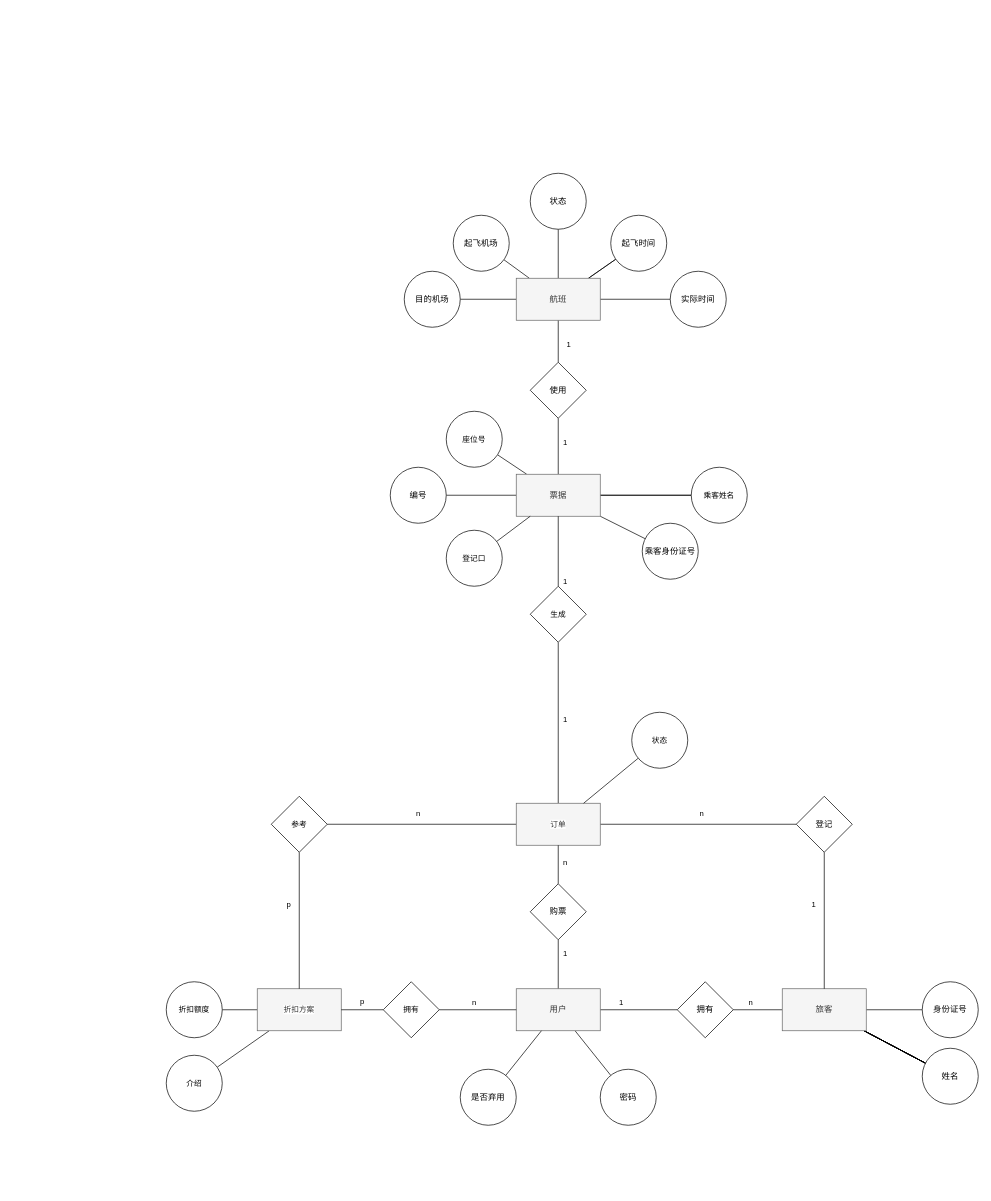
This is 未命名绘图.drawio from tro-lee/miniCool, a draw.io file, before an edit. Source tidied: cells renumbered, new cells numbered last; positions are measured from the earlier drawing's top-left corner, leaving out a move shared by most shapes. Both pictures are drawn from the tidied source at 70%, with x=0, y=0 at pixel (166, 173).
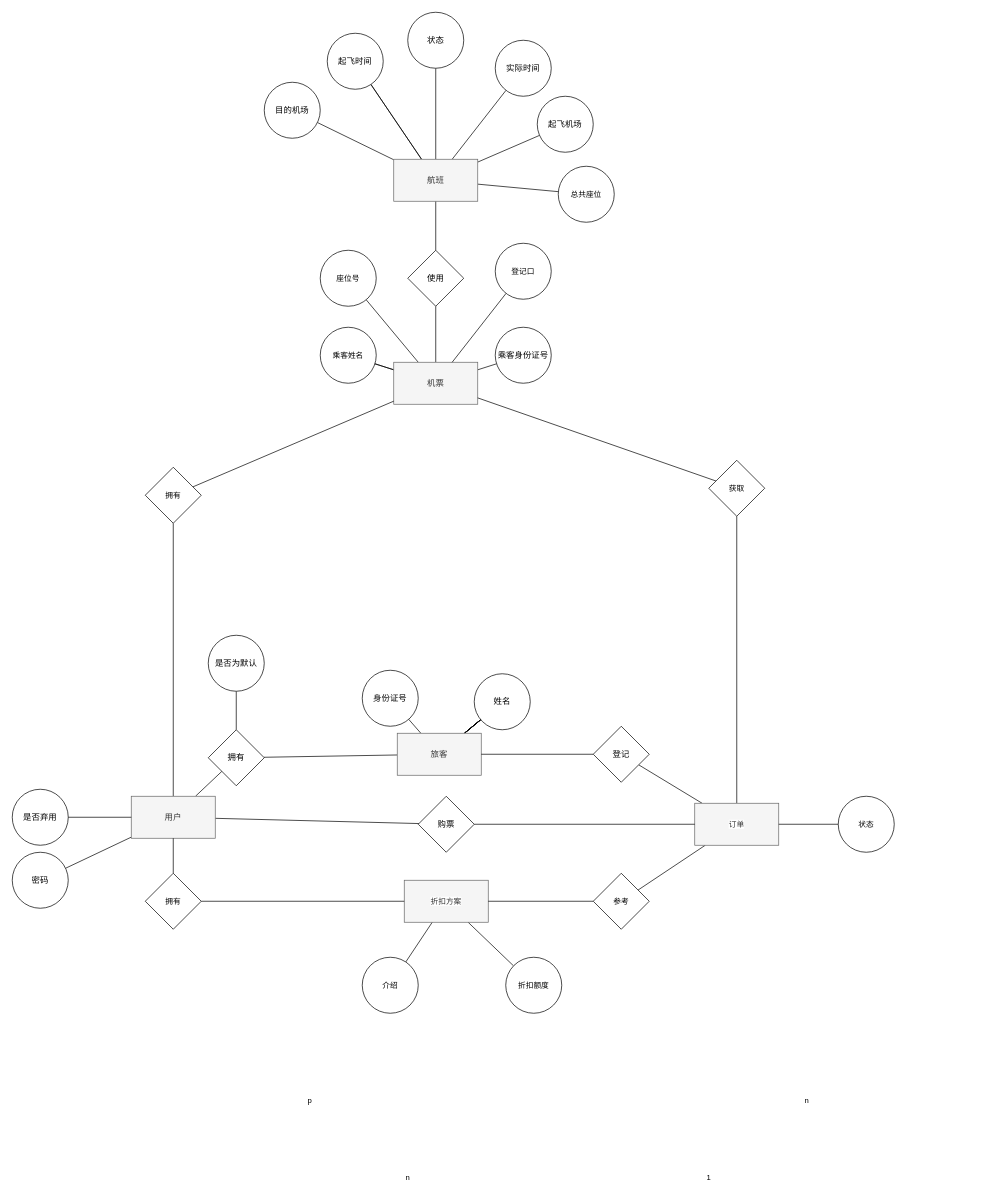
After the change.

Commit message:
更新未命名绘图.drawio

Diff of the diagram source:
```diff
@@
+    <mxCell id="85" style="edgeStyle=none;rounded=0;jettySize=auto;html=1;strokeColor=default;align=center;verticalAlign=middle;fontFamily=Helvetica;fontSize=11;fontColor=default;labelBackgroundColor=default;endArrow=none;endFill=0;" parent="1" edge="1" source="5" target="91">
+      <mxGeometry relative="1" as="geometry" />
+    </mxCell>
     <mxCell id="5" value="用户" style="whiteSpace=wrap;html=1;fillColor=#f5f5f5;fontColor=#333333;strokeColor=#666666;" parent="1" vertex="1">
-      <mxGeometry x="500" y="1165" width="120" height="60" as="geometry" />
+      <mxGeometry x="-50" y="890" width="120" height="60" as="geometry" />
     </mxCell>
     <mxCell id="6" value="密码" style="ellipse;whiteSpace=wrap;html=1;" parent="1" vertex="1">
-      <mxGeometry x="620" y="1280" width="80" height="80" as="geometry" />
+      <mxGeometry x="-220" y="970" width="80" height="80" as="geometry" />
     </mxCell>
     <mxCell id="7" value="是否弃用" style="ellipse;whiteSpace=wrap;html=1;" parent="1" vertex="1">
-      <mxGeometry x="420" y="1280" width="80" height="80" as="geometry" />
+      <mxGeometry x="-220" y="880" width="80" height="80" as="geometry" />
     </mxCell>
@@
+    <mxCell id="86" style="edgeStyle=none;rounded=0;jettySize=auto;html=1;strokeColor=default;align=center;verticalAlign=middle;fontFamily=Helvetica;fontSize=11;fontColor=default;labelBackgroundColor=default;endArrow=none;endFill=0;" parent="1" edge="1" source="10" target="88">
+      <mxGeometry relative="1" as="geometry" />
+    </mxCell>
     <mxCell id="10" value="&lt;div&gt;拥有&lt;/div&gt;" style="rhombus;whiteSpace=wrap;html=1;" parent="1" vertex="1">
-      <mxGeometry x="730" y="1155" width="80" height="80" as="geometry" />
+      <mxGeometry x="60" y="795" width="80" height="80" as="geometry" />
     </mxCell>
@@
     <mxCell id="19" value="旅客" style="whiteSpace=wrap;html=1;fillColor=#f5f5f5;fontColor=#333333;strokeColor=#666666;" parent="1" vertex="1">
-      <mxGeometry x="880" y="1165" width="120" height="60" as="geometry" />
+      <mxGeometry x="330" y="800" width="120" height="60" as="geometry" />
     </mxCell>
     <mxCell id="20" value="1" style="text;html=1;align=center;verticalAlign=middle;strokeColor=none;fillColor=none;fontFamily=Helvetica;fontSize=11;fontColor=default;labelBackgroundColor=default;" parent="1" vertex="1">
-      <mxGeometry x="635" y="1170" width="30" height="30" as="geometry" />
+      <mxGeometry x="760" y="1420" width="30" height="30" as="geometry" />
     </mxCell>
     <mxCell id="21" value="&lt;div&gt;n&lt;/div&gt;" style="text;html=1;align=center;verticalAlign=middle;strokeColor=none;fillColor=none;fontFamily=Helvetica;fontSize=11;fontColor=default;labelBackgroundColor=default;" parent="1" vertex="1">
-      <mxGeometry x="820" y="1170" width="30" height="30" as="geometry" />
+      <mxGeometry x="900" y="1310" width="30" height="30" as="geometry" />
     </mxCell>
     <mxCell id="22" value="身份证号" style="ellipse;whiteSpace=wrap;html=1;" parent="1" vertex="1">
-      <mxGeometry x="1080" y="1155" width="80" height="80" as="geometry" />
+      <mxGeometry x="280" y="710" width="80" height="80" as="geometry" />
     </mxCell>
     <mxCell id="23" value="姓名" style="ellipse;whiteSpace=wrap;html=1;" parent="1" vertex="1">
-      <mxGeometry x="1080" y="1250" width="80" height="80" as="geometry" />
+      <mxGeometry x="440" y="715" width="80" height="80" as="geometry" />
     </mxCell>
@@
-    <mxCell id="26" style="edgeStyle=none;rounded=0;jettySize=auto;html=1;strokeColor=default;align=center;verticalAlign=middle;fontFamily=Helvetica;fontSize=11;fontColor=default;labelBackgroundColor=default;endArrow=none;endFill=0;" parent="1" edge="1" source="31" target="55">
-      <mxGeometry relative="1" as="geometry" />
-    </mxCell>
@@
-    <mxCell id="31" value="票据" style="whiteSpace=wrap;html=1;fillColor=#f5f5f5;fontColor=#333333;strokeColor=#666666;" parent="1" vertex="1">
-      <mxGeometry x="500" y="430" width="120" height="60" as="geometry" />
+    <mxCell id="31" value="机票" style="whiteSpace=wrap;html=1;fillColor=#f5f5f5;fontColor=#333333;strokeColor=#666666;" parent="1" vertex="1">
+      <mxGeometry x="325" y="270" width="120" height="60" as="geometry" />
     </mxCell>
@@
     <mxCell id="33" value="使用" style="rhombus;whiteSpace=wrap;html=1;" parent="1" vertex="1">
-      <mxGeometry x="520" y="270" width="80" height="80" as="geometry" />
+      <mxGeometry x="345" y="110" width="80" height="80" as="geometry" />
     </mxCell>
@@
+    <mxCell id="87" style="edgeStyle=none;rounded=0;jettySize=auto;html=1;strokeColor=default;align=center;verticalAlign=middle;fontFamily=Helvetica;fontSize=11;fontColor=default;labelBackgroundColor=default;endArrow=none;endFill=0;" parent="1" edge="1" source="40" target="89">
+      <mxGeometry relative="1" as="geometry" />
+    </mxCell>
     <mxCell id="40" value="航班" style="whiteSpace=wrap;html=1;fillColor=#f5f5f5;fontColor=#333333;strokeColor=#666666;gradientColor=none;" parent="1" vertex="1">
-      <mxGeometry x="500" y="150" width="120" height="60" as="geometry" />
+      <mxGeometry x="325" y="-20" width="120" height="60" as="geometry" />
     </mxCell>
     <mxCell id="41" value="起飞时间" style="ellipse;whiteSpace=wrap;html=1;" parent="1" vertex="1">
-      <mxGeometry x="635" y="60" width="80" height="80" as="geometry" />
+      <mxGeometry x="230" y="-200" width="80" height="80" as="geometry" />
     </mxCell>
     <mxCell id="42" value="起飞机场" style="ellipse;whiteSpace=wrap;html=1;" parent="1" vertex="1">
-      <mxGeometry x="410" y="60" width="80" height="80" as="geometry" />
+      <mxGeometry x="530" y="-110" width="80" height="80" as="geometry" />
     </mxCell>
     <mxCell id="43" value="目的机场" style="ellipse;whiteSpace=wrap;html=1;" parent="1" vertex="1">
-      <mxGeometry x="340" y="140" width="80" height="80" as="geometry" />
+      <mxGeometry x="140" y="-130" width="80" height="80" as="geometry" />
     </mxCell>
     <mxCell id="44" value="实际时间" style="ellipse;whiteSpace=wrap;html=1;" parent="1" vertex="1">
-      <mxGeometry x="720" y="140" width="80" height="80" as="geometry" />
+      <mxGeometry x="470" y="-190" width="80" height="80" as="geometry" />
     </mxCell>
-    <mxCell id="45" value="1" style="text;html=1;align=center;verticalAlign=middle;strokeColor=none;fillColor=none;fontFamily=Helvetica;fontSize=11;fontColor=default;labelBackgroundColor=default;" parent="1" vertex="1">
-      <mxGeometry x="555" y="370" width="30" height="30" as="geometry" />
-    </mxCell>
-    <mxCell id="46" value="1" style="text;html=1;align=center;verticalAlign=middle;strokeColor=none;fillColor=none;fontFamily=Helvetica;fontSize=11;fontColor=default;labelBackgroundColor=default;" parent="1" vertex="1">
-      <mxGeometry x="560" y="230" width="30" height="30" as="geometry" />
-    </mxCell>
     <mxCell id="47" value="状态" style="ellipse;whiteSpace=wrap;html=1;" parent="1" vertex="1">
-      <mxGeometry x="520" width="80" height="80" as="geometry" />
+      <mxGeometry x="345" y="-230" width="80" height="80" as="geometry" />
     </mxCell>
@@
     <mxCell id="50" value="折扣方案" style="rounded=0;whiteSpace=wrap;html=1;fontFamily=Helvetica;fontSize=11;fontColor=#333333;labelBackgroundColor=default;fillColor=#f5f5f5;strokeColor=#666666;" parent="1" vertex="1">
-      <mxGeometry x="130" y="1165" width="120" height="60" as="geometry" />
+      <mxGeometry x="340" y="1010" width="120" height="60" as="geometry" />
     </mxCell>
@@
     <mxCell id="52" value="登记口" style="ellipse;whiteSpace=wrap;html=1;fontFamily=Helvetica;fontSize=11;fontColor=default;labelBackgroundColor=default;" parent="1" vertex="1">
-      <mxGeometry x="400" y="510" width="80" height="80" as="geometry" />
+      <mxGeometry x="470" y="100" width="80" height="80" as="geometry" />
     </mxCell>
@@
     <mxCell id="54" value="参考" style="rhombus;whiteSpace=wrap;html=1;fontSize=11;rounded=0;labelBackgroundColor=default;" parent="1" vertex="1">
-      <mxGeometry x="150" y="890" width="80" height="80" as="geometry" />
+      <mxGeometry x="610" y="1000" width="80" height="80" as="geometry" />
     </mxCell>
-    <mxCell id="55" value="编号" style="ellipse;whiteSpace=wrap;html=1;" parent="1" vertex="1">
-      <mxGeometry x="320" y="420" width="80" height="80" as="geometry" />
-    </mxCell>
     <mxCell id="56" value="座位号" style="ellipse;whiteSpace=wrap;html=1;fontFamily=Helvetica;fontSize=11;fontColor=default;labelBackgroundColor=default;" parent="1" vertex="1">
-      <mxGeometry x="400" y="340" width="80" height="80" as="geometry" />
+      <mxGeometry x="220" y="110" width="80" height="80" as="geometry" />
     </mxCell>
     <mxCell id="57" value="乘客姓名" style="ellipse;whiteSpace=wrap;html=1;fontFamily=Helvetica;fontSize=11;fontColor=default;labelBackgroundColor=default;" parent="1" vertex="1">
-      <mxGeometry x="750" y="420" width="80" height="80" as="geometry" />
+      <mxGeometry x="220" y="220" width="80" height="80" as="geometry" />
     </mxCell>
@@
     <mxCell id="59" value="登记" style="rhombus;whiteSpace=wrap;html=1;" parent="1" vertex="1">
-      <mxGeometry x="900" y="890" width="80" height="80" as="geometry" />
+      <mxGeometry x="610" y="790" width="80" height="80" as="geometry" />
     </mxCell>
     <mxCell id="60" value="乘客身份证号" style="ellipse;whiteSpace=wrap;html=1;" parent="1" vertex="1">
-      <mxGeometry x="680" y="500" width="80" height="80" as="geometry" />
+      <mxGeometry x="470" y="220" width="80" height="80" as="geometry" />
     </mxCell>
@@
     <mxCell id="63" value="订单" style="rounded=0;whiteSpace=wrap;html=1;fontFamily=Helvetica;fontSize=11;fontColor=#333333;labelBackgroundColor=default;fillColor=#f5f5f5;strokeColor=#666666;" parent="1" vertex="1">
-      <mxGeometry x="500" y="900" width="120" height="60" as="geometry" />
+      <mxGeometry x="755" y="900" width="120" height="60" as="geometry" />
     </mxCell>
@@
     <mxCell id="65" value="购票" style="rhombus;whiteSpace=wrap;html=1;" parent="1" vertex="1">
-      <mxGeometry x="520" y="1015" width="80" height="80" as="geometry" />
+      <mxGeometry x="360" y="890" width="80" height="80" as="geometry" />
     </mxCell>
-    <mxCell id="66" value="n" style="text;html=1;align=center;verticalAlign=middle;strokeColor=none;fillColor=none;fontFamily=Helvetica;fontSize=11;fontColor=default;labelBackgroundColor=default;" parent="1" vertex="1">
-      <mxGeometry x="750" y="900" width="30" height="30" as="geometry" />
-    </mxCell>
-    <mxCell id="67" value="1" style="text;html=1;align=center;verticalAlign=middle;strokeColor=none;fillColor=none;fontFamily=Helvetica;fontSize=11;fontColor=default;labelBackgroundColor=default;" parent="1" vertex="1">
-      <mxGeometry x="910" y="1030" width="30" height="30" as="geometry" />
-    </mxCell>
@@
-    <mxCell id="69" value="生成" style="rhombus;whiteSpace=wrap;html=1;fontSize=11;rounded=0;labelBackgroundColor=default;" parent="1" vertex="1">
-      <mxGeometry x="520" y="590" width="80" height="80" as="geometry" />
+    <mxCell id="69" value="获取" style="rhombus;whiteSpace=wrap;html=1;fontSize=11;rounded=0;labelBackgroundColor=default;" parent="1" vertex="1">
+      <mxGeometry x="775" y="410" width="80" height="80" as="geometry" />
     </mxCell>
-    <mxCell id="70" value="1" style="text;html=1;align=center;verticalAlign=middle;strokeColor=none;fillColor=none;fontFamily=Helvetica;fontSize=11;fontColor=default;labelBackgroundColor=default;" parent="1" vertex="1">
-      <mxGeometry x="555" y="765" width="30" height="30" as="geometry" />
-    </mxCell>
-    <mxCell id="71" value="1" style="text;html=1;align=center;verticalAlign=middle;strokeColor=none;fillColor=none;fontFamily=Helvetica;fontSize=11;fontColor=default;labelBackgroundColor=default;" parent="1" vertex="1">
-      <mxGeometry x="555" y="568" width="30" height="30" as="geometry" />
-    </mxCell>
@@
     <mxCell id="73" value="状态" style="ellipse;whiteSpace=wrap;html=1;fontFamily=Helvetica;fontSize=11;fontColor=default;labelBackgroundColor=default;" parent="1" vertex="1">
-      <mxGeometry x="665" y="770" width="80" height="80" as="geometry" />
+      <mxGeometry x="960" y="890" width="80" height="80" as="geometry" />
     </mxCell>
-    <mxCell id="74" value="n" style="text;html=1;align=center;verticalAlign=middle;strokeColor=none;fillColor=none;fontFamily=Helvetica;fontSize=11;fontColor=default;labelBackgroundColor=default;" parent="1" vertex="1">
-      <mxGeometry x="345" y="900" width="30" height="30" as="geometry" />
-    </mxCell>
-    <mxCell id="75" value="1" style="text;html=1;align=center;verticalAlign=middle;strokeColor=none;fillColor=none;fontFamily=Helvetica;fontSize=11;fontColor=default;labelBackgroundColor=default;" parent="1" vertex="1">
-      <mxGeometry x="555" y="1100" width="30" height="30" as="geometry" />
-    </mxCell>
-    <mxCell id="76" value="n" style="text;html=1;align=center;verticalAlign=middle;strokeColor=none;fillColor=none;fontFamily=Helvetica;fontSize=11;fontColor=default;labelBackgroundColor=default;" parent="1" vertex="1">
-      <mxGeometry x="555" y="970" width="30" height="30" as="geometry" />
-    </mxCell>
@@
     <mxCell id="79" value="拥有" style="rhombus;whiteSpace=wrap;html=1;fontSize=11;rounded=0;labelBackgroundColor=default;" parent="1" vertex="1">
-      <mxGeometry x="310" y="1155" width="80" height="80" as="geometry" />
+      <mxGeometry x="-30" y="1000" width="80" height="80" as="geometry" />
     </mxCell>
     <mxCell id="80" value="折扣额度" style="ellipse;whiteSpace=wrap;html=1;fontSize=11;rounded=0;labelBackgroundColor=default;" parent="1" vertex="1">
-      <mxGeometry y="1155" width="80" height="80" as="geometry" />
+      <mxGeometry x="485" y="1120" width="80" height="80" as="geometry" />
     </mxCell>
     <mxCell id="81" value="n" style="text;html=1;align=center;verticalAlign=middle;strokeColor=none;fillColor=none;fontFamily=Helvetica;fontSize=11;fontColor=default;labelBackgroundColor=default;" parent="1" vertex="1">
-      <mxGeometry x="425" y="1170" width="30" height="30" as="geometry" />
+      <mxGeometry x="330" y="1420" width="30" height="30" as="geometry" />
     </mxCell>
-    <mxCell id="82" value="p" style="text;html=1;align=center;verticalAlign=middle;strokeColor=none;fillColor=none;fontFamily=Helvetica;fontSize=11;fontColor=default;labelBackgroundColor=default;" parent="1" vertex="1">
-      <mxGeometry x="160" y="1030" width="30" height="30" as="geometry" />
-    </mxCell>
     <mxCell id="83" value="介绍" style="ellipse;whiteSpace=wrap;html=1;fontSize=11;rounded=0;labelBackgroundColor=default;" parent="1" vertex="1">
-      <mxGeometry y="1260" width="80" height="80" as="geometry" />
+      <mxGeometry x="280" y="1120" width="80" height="80" as="geometry" />
     </mxCell>
     <mxCell id="84" value="p" style="text;html=1;align=center;verticalAlign=middle;strokeColor=none;fillColor=none;fontFamily=Helvetica;fontSize=11;fontColor=default;labelBackgroundColor=default;" parent="1" vertex="1">
-      <mxGeometry x="265" y="1168" width="30" height="30" as="geometry" />
+      <mxGeometry x="190" y="1310" width="30" height="30" as="geometry" />
     </mxCell>
+    <mxCell id="88" value="是否为默认" style="ellipse;whiteSpace=wrap;html=1;" parent="1" vertex="1">
+      <mxGeometry x="60" y="660" width="80" height="80" as="geometry" />
+    </mxCell>
+    <mxCell id="89" value="总共座位" style="ellipse;whiteSpace=wrap;html=1;fontFamily=Helvetica;fontSize=11;labelBackgroundColor=default;" parent="1" vertex="1">
+      <mxGeometry x="560" y="-10" width="80" height="80" as="geometry" />
+    </mxCell>
+    <mxCell id="90" style="edgeStyle=none;rounded=0;jettySize=auto;html=1;strokeColor=default;align=center;verticalAlign=middle;fontFamily=Helvetica;fontSize=11;fontColor=default;labelBackgroundColor=default;endArrow=none;endFill=0;" parent="1" edge="1" source="91" target="31">
+      <mxGeometry relative="1" as="geometry" />
+    </mxCell>
+    <mxCell id="91" value="拥有" style="rhombus;whiteSpace=wrap;html=1;fontFamily=Helvetica;fontSize=11;fontColor=default;labelBackgroundColor=default;" parent="1" vertex="1">
+      <mxGeometry x="-30" y="420" width="80" height="80" as="geometry" />
+    </mxCell>
```
